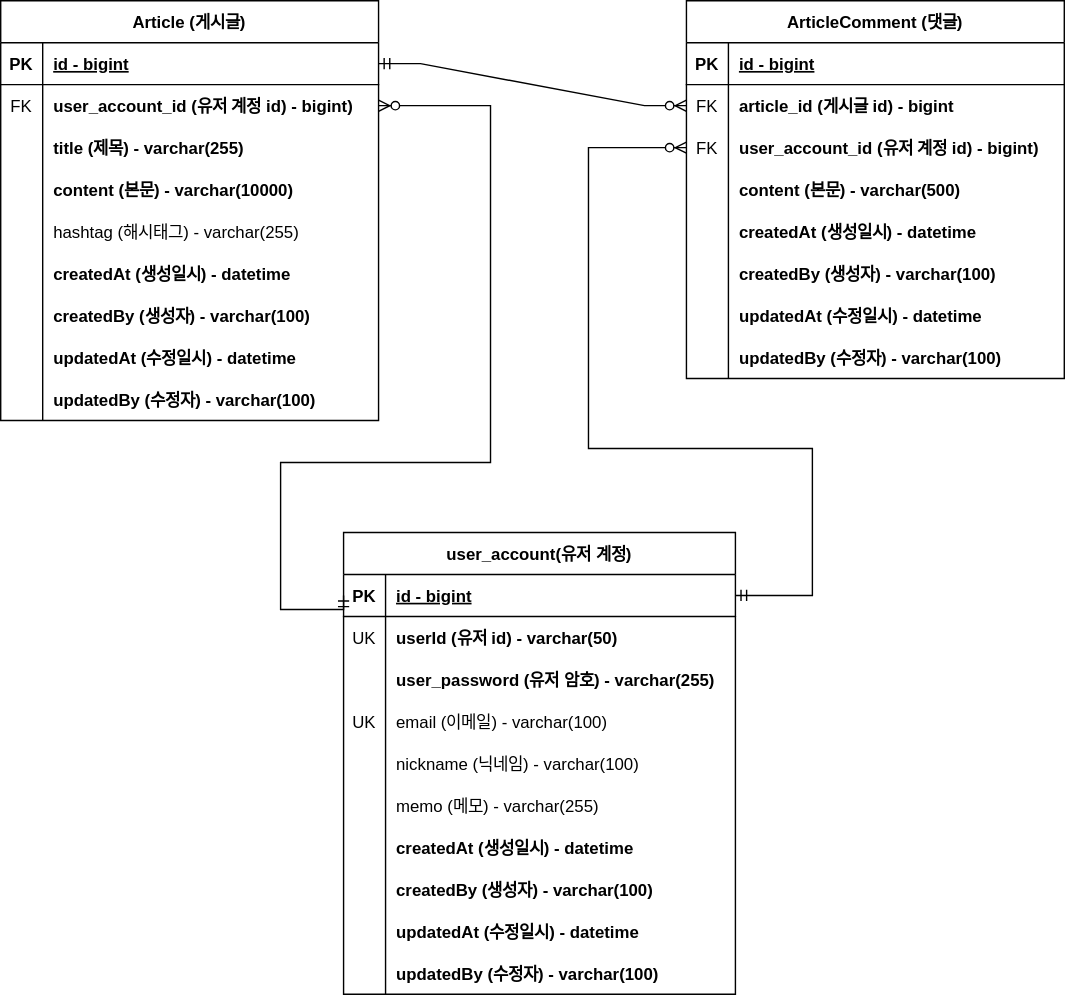
JIHYEON-PF/project-board keeps this draw.io diagram as documents/project-board-erd.svg. Above is the earlier version. Source tidied: cells renumbered, new cells last; positions are measured from the earlier drawing's top-left corner, leaving out a move shared by most shapes.
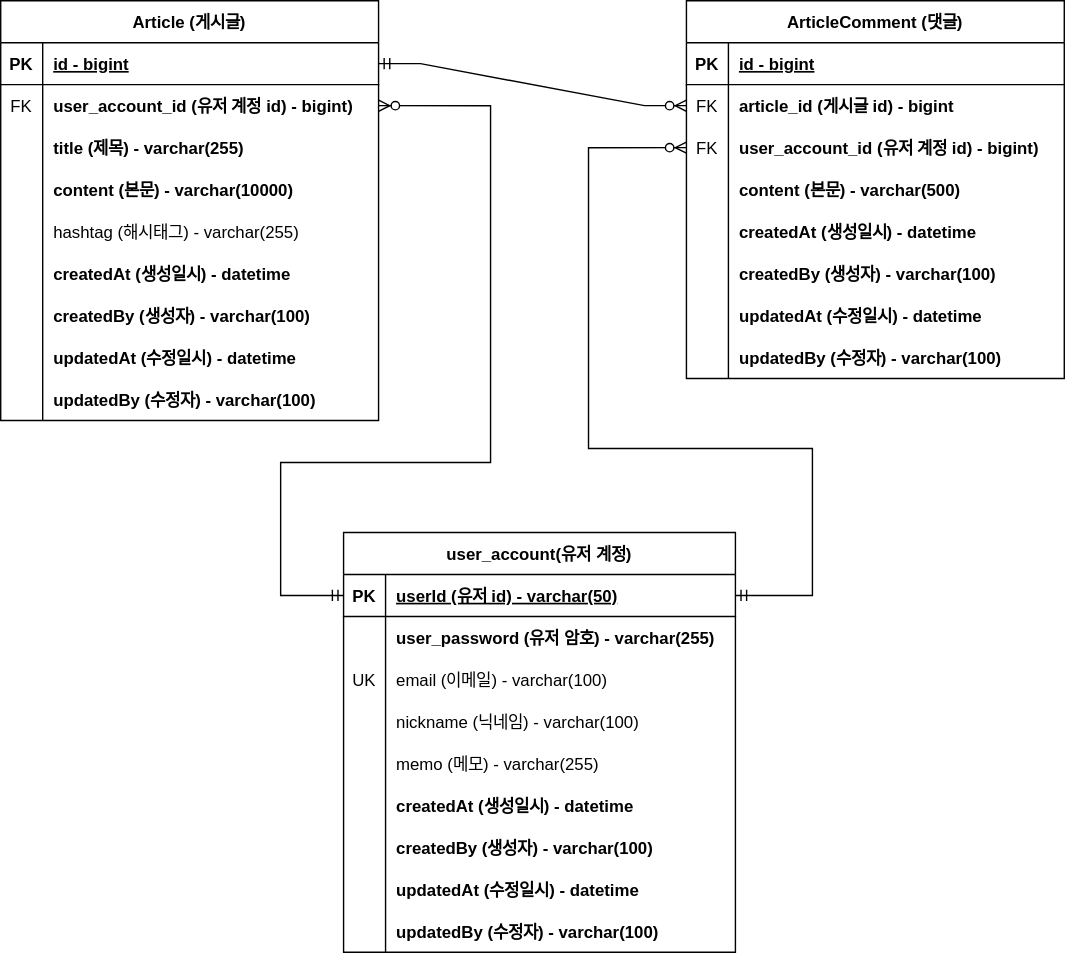
Later version of the same file.

Commit message:
#37 - ERD 문서 수정 : userId를 PK로 변경

Diff of the diagram source:
```diff
@@ -165,7 +165,7 @@
       <mxGeometry relative="1" as="geometry" />
     </mxCell>
     <mxCell id="56" value="user_account(유저 계정)" style="shape=table;startSize=30;rowLines=0;fontStyle=1;align=center;" parent="1" vertex="1">
-      <mxGeometry x="245" y="380" width="280" height="330" as="geometry" />
+      <mxGeometry x="245" y="380" width="280" height="300" as="geometry" />
     </mxCell>
     <mxCell id="57" style="shape=partialRectangle;fillColor=none;points=[[0,0.5],[1,0.5]];portConstraint=eastwest;top=0;left=0;right=0;bottom=1;" parent="56" vertex="1">
       <mxGeometry y="30" width="280" height="30" as="geometry" />
@@ -173,20 +173,11 @@
     <mxCell id="58" value="PK" style="shape=partialRectangle;overflow=hidden;fillColor=none;top=0;left=0;bottom=0;right=0;fontStyle=1;" parent="57" vertex="1">
       <mxGeometry width="30" height="30" as="geometry" />
     </mxCell>
-    <mxCell id="59" value="id - bigint" style="shape=partialRectangle;overflow=hidden;fillColor=none;top=0;left=0;bottom=0;right=0;align=left;spacingLeft=6;fontStyle=5;" parent="57" vertex="1">
+    <mxCell id="59" value="userId (유저 id) - varchar(50)" style="shape=partialRectangle;overflow=hidden;fillColor=none;top=0;left=0;bottom=0;right=0;align=left;spacingLeft=6;fontStyle=5;" parent="57" vertex="1">
       <mxGeometry x="30" width="250" height="30" as="geometry" />
     </mxCell>
-    <mxCell id="60" style="shape=partialRectangle;fillColor=none;top=0;left=0;right=0;bottom=0;" parent="56" vertex="1">
-      <mxGeometry y="60" width="280" height="30" as="geometry" />
-    </mxCell>
-    <mxCell id="61" value="UK" style="shape=partialRectangle;overflow=hidden;fillColor=none;top=0;left=0;bottom=0;right=0;" parent="60" vertex="1">
-      <mxGeometry width="30" height="30" as="geometry" />
-    </mxCell>
-    <mxCell id="62" value="userId (유저 id) - varchar(50)" style="shape=partialRectangle;overflow=hidden;fillColor=none;top=0;left=0;bottom=0;right=0;align=left;spacingLeft=6;fontStyle=1;" parent="60" vertex="1">
-      <mxGeometry x="30" width="250" height="30" as="geometry" />
-    </mxCell>
     <mxCell id="63" style="shape=partialRectangle;fillColor=none;top=0;left=0;right=0;bottom=0;" parent="56" vertex="1">
-      <mxGeometry y="90" width="280" height="30" as="geometry" />
+      <mxGeometry y="60" width="280" height="30" as="geometry" />
     </mxCell>
     <mxCell id="64" value="    " style="shape=partialRectangle;overflow=hidden;fillColor=none;top=0;left=0;bottom=0;right=0;" parent="63" vertex="1">
       <mxGeometry width="30" height="30" as="geometry" />
@@ -195,7 +186,7 @@
       <mxGeometry x="30" width="250" height="30" as="geometry" />
     </mxCell>
     <mxCell id="66" style="shape=partialRectangle;fillColor=none;top=0;left=0;right=0;bottom=0;" parent="56" vertex="1">
-      <mxGeometry y="120" width="280" height="30" as="geometry" />
+      <mxGeometry y="90" width="280" height="30" as="geometry" />
     </mxCell>
     <mxCell id="67" value="UK" style="shape=partialRectangle;overflow=hidden;fillColor=none;top=0;left=0;bottom=0;right=0;" parent="66" vertex="1">
       <mxGeometry width="30" height="30" as="geometry" />
@@ -204,7 +195,7 @@
       <mxGeometry x="30" width="250" height="30" as="geometry" />
     </mxCell>
     <mxCell id="69" style="shape=partialRectangle;fillColor=none;top=0;left=0;right=0;bottom=0;" parent="56" vertex="1">
-      <mxGeometry y="150" width="280" height="30" as="geometry" />
+      <mxGeometry y="120" width="280" height="30" as="geometry" />
     </mxCell>
     <mxCell id="70" value="    " style="shape=partialRectangle;overflow=hidden;fillColor=none;top=0;left=0;bottom=0;right=0;" parent="69" vertex="1">
       <mxGeometry width="30" height="30" as="geometry" />
@@ -213,7 +204,7 @@
       <mxGeometry x="30" width="250" height="30" as="geometry" />
     </mxCell>
     <mxCell id="72" style="shape=partialRectangle;fillColor=none;top=0;left=0;right=0;bottom=0;" parent="56" vertex="1">
-      <mxGeometry y="180" width="280" height="30" as="geometry" />
+      <mxGeometry y="150" width="280" height="30" as="geometry" />
     </mxCell>
     <mxCell id="73" value="    " style="shape=partialRectangle;overflow=hidden;fillColor=none;top=0;left=0;bottom=0;right=0;" parent="72" vertex="1">
       <mxGeometry width="30" height="30" as="geometry" />
@@ -222,7 +213,7 @@
       <mxGeometry x="30" width="250" height="30" as="geometry" />
     </mxCell>
     <mxCell id="75" style="shape=partialRectangle;fillColor=none;top=0;left=0;right=0;bottom=0;" parent="56" vertex="1">
-      <mxGeometry y="210" width="280" height="30" as="geometry" />
+      <mxGeometry y="180" width="280" height="30" as="geometry" />
     </mxCell>
     <mxCell id="76" style="shape=partialRectangle;overflow=hidden;fillColor=none;top=0;left=0;bottom=0;right=0;" parent="75" vertex="1">
       <mxGeometry width="30" height="30" as="geometry" />
@@ -231,7 +222,7 @@
       <mxGeometry x="30" width="250" height="30" as="geometry" />
     </mxCell>
     <mxCell id="78" style="shape=partialRectangle;fillColor=none;top=0;left=0;right=0;bottom=0;" parent="56" vertex="1">
-      <mxGeometry y="240" width="280" height="30" as="geometry" />
+      <mxGeometry y="210" width="280" height="30" as="geometry" />
     </mxCell>
     <mxCell id="79" style="shape=partialRectangle;overflow=hidden;fillColor=none;top=0;left=0;bottom=0;right=0;" parent="78" vertex="1">
       <mxGeometry width="30" height="30" as="geometry" />
@@ -240,7 +231,7 @@
       <mxGeometry x="30" width="250" height="30" as="geometry" />
     </mxCell>
     <mxCell id="81" style="shape=partialRectangle;fillColor=none;top=0;left=0;right=0;bottom=0;" parent="56" vertex="1">
-      <mxGeometry y="270" width="280" height="30" as="geometry" />
+      <mxGeometry y="240" width="280" height="30" as="geometry" />
     </mxCell>
     <mxCell id="82" style="shape=partialRectangle;overflow=hidden;fillColor=none;top=0;left=0;bottom=0;right=0;" parent="81" vertex="1">
       <mxGeometry width="30" height="30" as="geometry" />
@@ -249,7 +240,7 @@
       <mxGeometry x="30" width="250" height="30" as="geometry" />
     </mxCell>
     <mxCell id="84" style="shape=partialRectangle;fillColor=none;top=0;left=0;right=0;bottom=0;" parent="56" vertex="1">
-      <mxGeometry y="300" width="280" height="30" as="geometry" />
+      <mxGeometry y="270" width="280" height="30" as="geometry" />
     </mxCell>
     <mxCell id="85" style="shape=partialRectangle;overflow=hidden;fillColor=none;top=0;left=0;bottom=0;right=0;" parent="84" vertex="1">
       <mxGeometry width="30" height="30" as="geometry" />
@@ -270,8 +261,7 @@
     <mxCell id="88" style="edgeStyle=orthogonalEdgeStyle;fontSize=12;html=1;endArrow=ERzeroToMany;startArrow=ERmandOne;rounded=0;entryX=1;entryY=0.5;entryDx=0;entryDy=0;exitX=0;exitY=0.5;exitDx=0;exitDy=0;" parent="1" edge="1" source="57" target="6">
       <mxGeometry relative="1" as="geometry">
         <Array as="points">
-          <mxPoint x="245" y="435" />
-          <mxPoint x="200" y="435" />
+          <mxPoint x="200" y="425" />
           <mxPoint x="200" y="330" />
           <mxPoint x="350" y="330" />
           <mxPoint x="350" y="75" />
```
